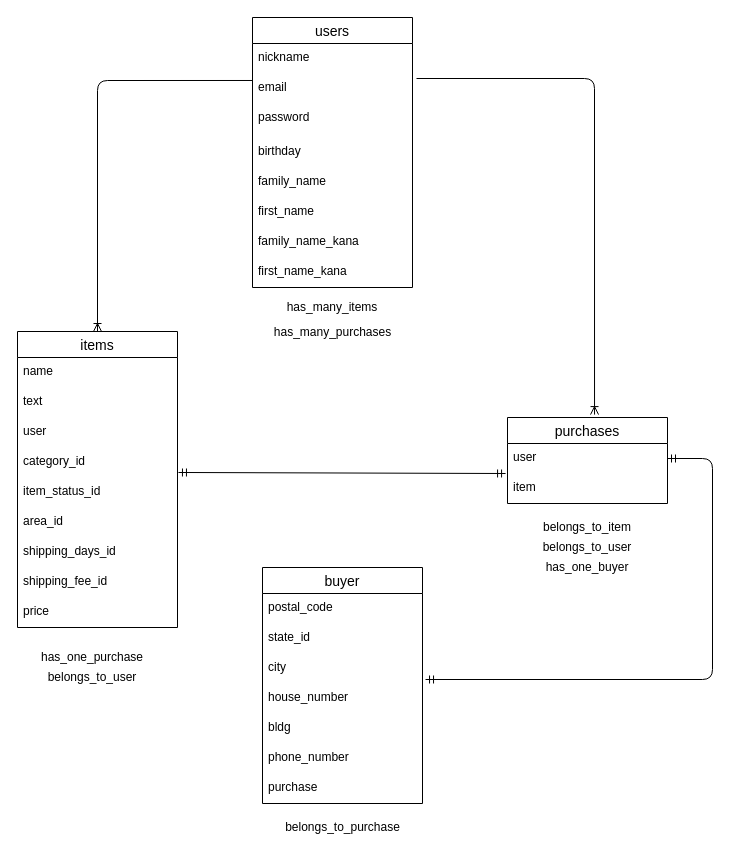
Above: ER.dio in outputonlypunch2020xx/furima-30622 (draw.io), before the change. Source tidied: cells renumbered, new cells numbered last; positions are measured from the earlier drawing's top-left corner, leaving out a move shared by most shapes. Both pictures are drawn from the tidied source at 100%, with x=0, y=0 at pixel (17, 17).
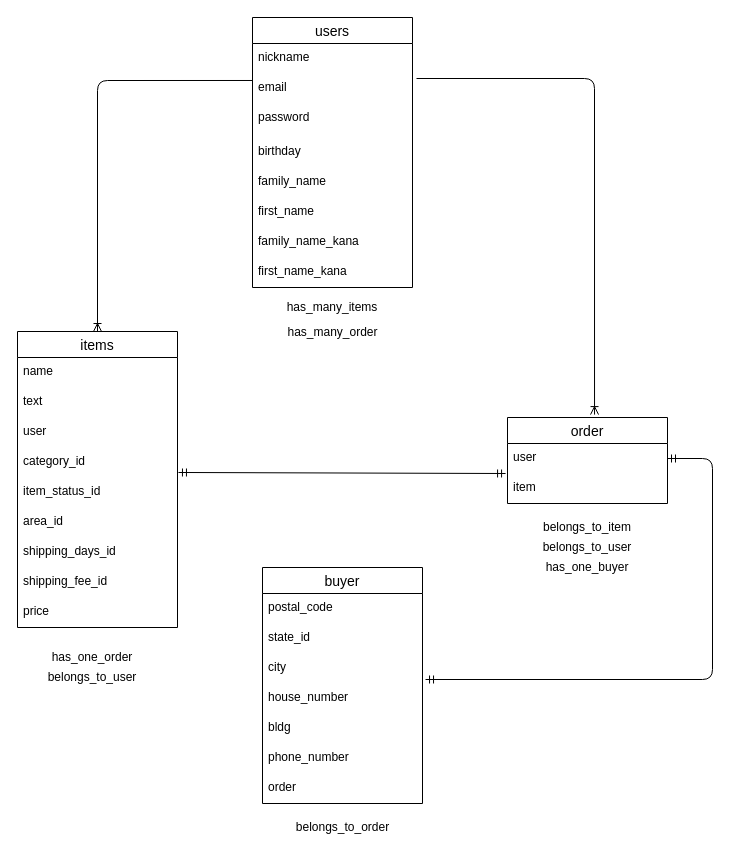
After the change.

Unchanged cells that the change refers to:
```xml
<mxCell id="36" value="buyer" style="swimlane;fontStyle=0;horizontal=1;startSize=26;align=center;fontSize=14;" parent="1" vertex="1">
  <mxGeometry x="245" y="550" width="160" height="236" as="geometry" />
</mxCell>
```

Change to the diagram source:
```diff
@@
-    <mxCell id="4" value="has_one_purchase" style="text;html=1;strokeColor=none;fillColor=none;align=center;verticalAlign=middle;whiteSpace=wrap;rounded=0;" parent="1" vertex="1">
+    <mxCell id="4" value="has_one_order" style="text;html=1;strokeColor=none;fillColor=none;align=center;verticalAlign=middle;whiteSpace=wrap;rounded=0;" parent="1" vertex="1">
       <mxGeometry y="630" width="150" height="20" as="geometry" />
     </mxCell>
@@
-    <mxCell id="7" value="has_many_purchases" style="text;html=1;strokeColor=none;fillColor=none;align=center;verticalAlign=middle;whiteSpace=wrap;rounded=0;" parent="1" vertex="1">
+    <mxCell id="7" value="has_many_order" style="text;html=1;strokeColor=none;fillColor=none;align=center;verticalAlign=middle;whiteSpace=wrap;rounded=0;" parent="1" vertex="1">
       <mxGeometry x="265" y="310" width="101" height="10" as="geometry" />
     </mxCell>
@@
-    <mxCell id="11" value="belongs_to_purchase" style="text;html=1;align=center;verticalAlign=middle;" parent="1" vertex="1">
-      <mxGeometry x="260" y="800" width="130" height="20" as="geometry" />
+    <mxCell id="11" value="belongs_to_order" style="text;html=1;align=center;verticalAlign=middle;" parent="1" vertex="1">
+      <mxGeometry x="270" y="800" width="110" height="20" as="geometry" />
     </mxCell>
@@
-    <mxCell id="33" value="purchases" style="swimlane;fontStyle=0;horizontal=1;startSize=26;align=center;fontSize=14;" parent="1" vertex="1">
+    <mxCell id="33" value="order" style="swimlane;fontStyle=0;horizontal=1;startSize=26;align=center;fontSize=14;" parent="1" vertex="1">
       <mxGeometry x="490" y="400" width="160" height="86" as="geometry" />
     </mxCell>
@@
-    <mxCell id="43" value="purchase " style="text;strokeColor=none;fillColor=none;spacingLeft=4;spacingRight=4;overflow=hidden;fontSize=12;fontStyle=0;" parent="36" vertex="1">
+    <mxCell id="43" value="order" style="text;strokeColor=none;fillColor=none;spacingLeft=4;spacingRight=4;overflow=hidden;fontSize=12;fontStyle=0;" parent="36" vertex="1">
       <mxGeometry y="206" width="160" height="30" as="geometry" />
     </mxCell>
```
